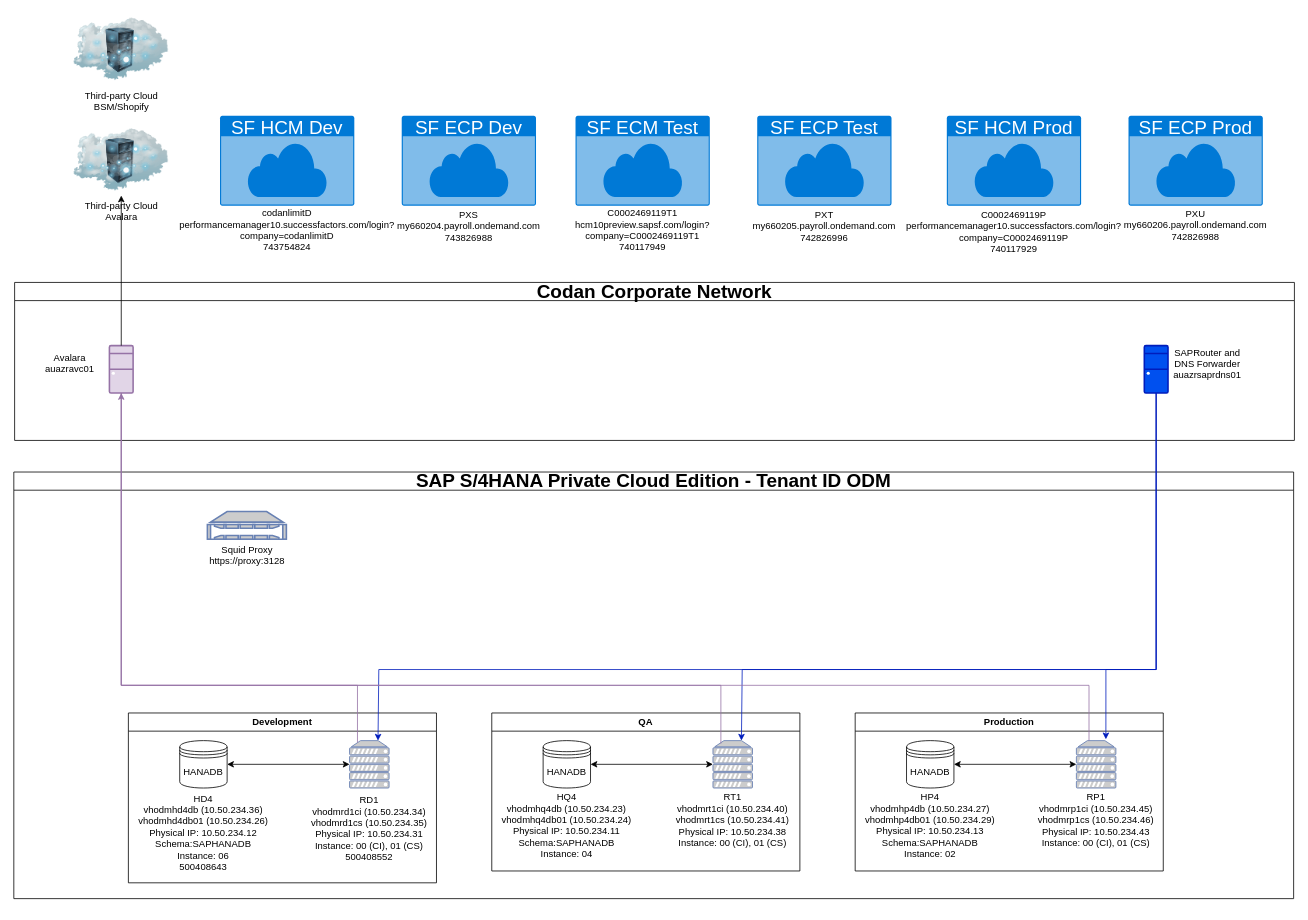
Earlier version of the draw.io diagram page "Page-2" (2 of 2) of Network Landscape.drawio (acookoz/themanmountain.github.io). Source tidied: cells renumbered, new cells numbered last; positions are measured from the earlier drawing's top-left corner, leaving out a move shared by most shapes. Both pictures are drawn from the tidied source at 79%, with x=0, y=0 at pixel (13, 13).
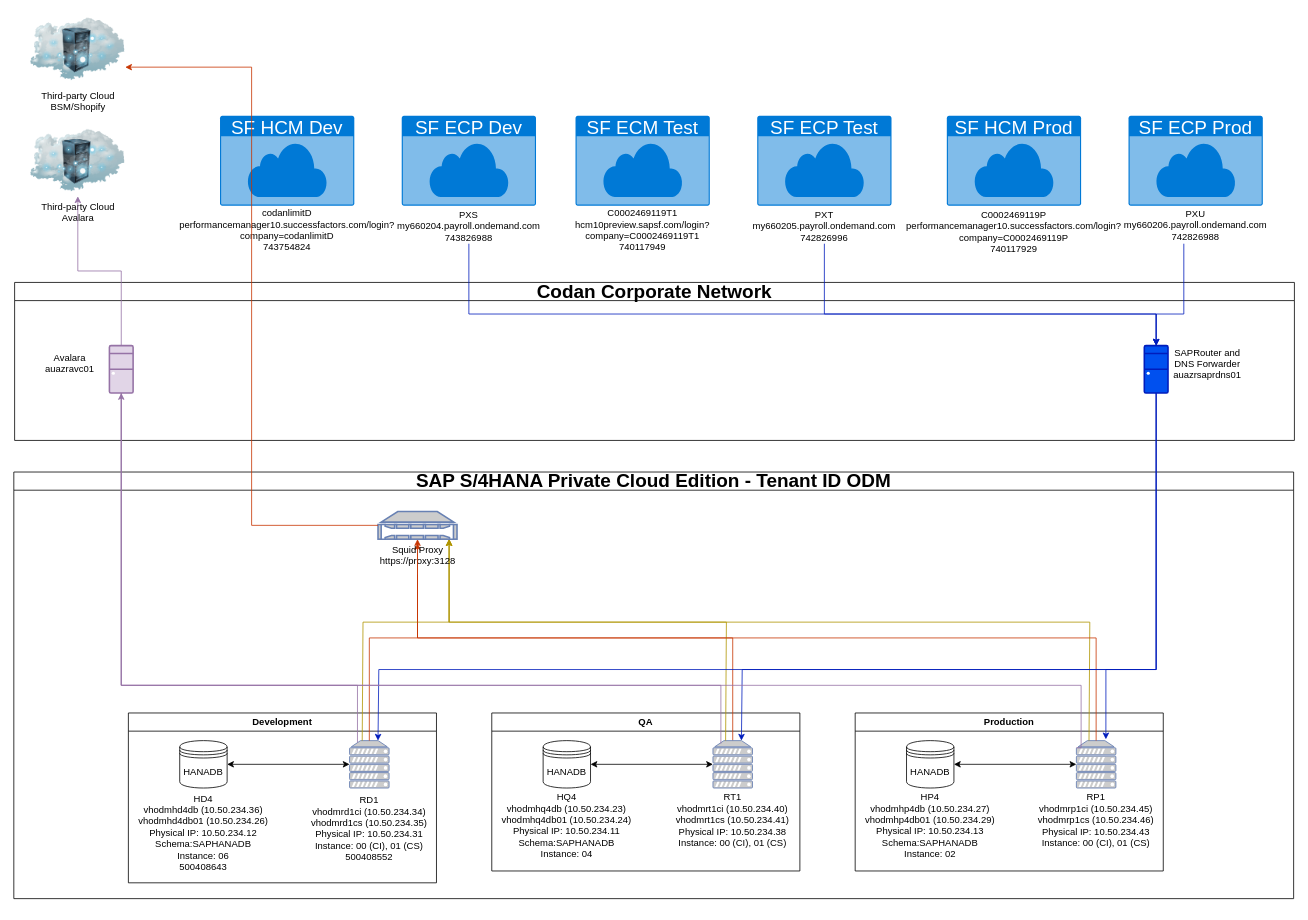
The same diagram, later.

The change refers to these unchanged cells:
```xml
<mxCell id="2" value="&lt;font style=&quot;font-size: 24px;&quot;&gt;SAP S/4HANA Private Cloud Edition - Tenant ID ODM&lt;/font&gt;" style="swimlane;whiteSpace=wrap;html=1;" parent="1" vertex="1">
  <mxGeometry y="580" width="1620" height="540" as="geometry" />
</mxCell>
<mxCell id="9" style="group;" parent="2" vertex="1">
  <mxGeometry x="345" y="340" width="210" height="125" as="geometry" />
</mxCell>
<mxCell id="10" style="fontColor=#0066CC;verticalAlign=top;verticalLabelPosition=bottom;labelPosition=center;align=center;html=1;outlineConnect=0;fillColor=#CCCCCC;strokeColor=#6881B3;gradientColor=none;gradientDirection=north;strokeWidth=2;shape=mxgraph.networks.server;" parent="9" vertex="1">
  <mxGeometry x="80" width="50" height="60" as="geometry" />
</mxCell>
<mxCell id="13" style="group;" parent="2" vertex="1">
  <mxGeometry x="595" y="305" width="420" height="200" as="geometry" />
</mxCell>
<mxCell id="19" style="fontColor=#0066CC;verticalAlign=top;verticalLabelPosition=bottom;labelPosition=center;align=center;html=1;outlineConnect=0;fillColor=#CCCCCC;strokeColor=#6881B3;gradientColor=none;gradientDirection=north;strokeWidth=2;shape=mxgraph.networks.server;" parent="13" vertex="1">
  <mxGeometry x="290" y="35" width="50" height="60" as="geometry" />
</mxCell>
<mxCell id="27" style="fontColor=#0066CC;verticalAlign=top;verticalLabelPosition=bottom;labelPosition=center;align=center;html=1;outlineConnect=0;fillColor=#CCCCCC;strokeColor=#6881B3;gradientColor=none;gradientDirection=north;strokeWidth=2;shape=mxgraph.networks.server;" parent="21" vertex="1">
  <mxGeometry x="290" y="35" width="50" height="60" as="geometry" />
</mxCell>
<mxCell id="31" style="verticalAlign=top;verticalLabelPosition=bottom;labelPosition=center;align=center;html=1;outlineConnect=0;fillColor=#e1d5e7;strokeColor=#9673a6;gradientDirection=north;strokeWidth=2;shape=mxgraph.networks.desktop_pc;" parent="30" vertex="1">
  <mxGeometry x="120" y="80" width="30" height="60" as="geometry" />
</mxCell>
<mxCell id="35" style="fontColor=#ffffff;verticalAlign=top;verticalLabelPosition=bottom;labelPosition=center;align=center;html=1;outlineConnect=0;fillColor=#0050ef;strokeColor=#001DBC;gradientDirection=north;strokeWidth=2;shape=mxgraph.networks.desktop_pc;" parent="30" vertex="1">
  <mxGeometry x="1430" y="80" width="30" height="60" as="geometry" />
</mxCell>
<mxCell id="50" value="PXS&lt;br&gt;&lt;div&gt;my660204.payroll.ondemand.com&lt;/div&gt;&lt;div&gt;743826988&lt;/div&gt;&lt;div&gt;&lt;br&gt;&lt;/div&gt;" style="text;html=1;align=center;verticalAlign=middle;whiteSpace=wrap;rounded=0;" parent="1" vertex="1">
  <mxGeometry x="546" y="261" width="60" height="30" as="geometry" />
</mxCell>
<mxCell id="52" value="&lt;font&gt;PXT&lt;br&gt;&lt;/font&gt;&lt;div&gt;&lt;font&gt;my660205.payroll.ondemand.com&lt;/font&gt;&lt;/div&gt;&lt;div&gt;&lt;div style=&quot;&quot;&gt;&lt;span style=&quot;background-color: initial; text-wrap-mode: nowrap;&quot;&gt;&lt;font face=&quot;72, 72full, Arial, Helvetica, sans-serif&quot;&gt;742826996&lt;/font&gt;&lt;/span&gt;&lt;/div&gt;&lt;br&gt;&lt;/div&gt;" style="text;html=1;align=center;verticalAlign=middle;whiteSpace=wrap;rounded=0;" parent="1" vertex="1">
  <mxGeometry x="996" y="261" width="60" height="30" as="geometry" />
</mxCell>
<mxCell id="53" value="&lt;font&gt;PXU&lt;br&gt;&lt;/font&gt;&lt;div&gt;&lt;font&gt;my660206.payroll.ondemand.com&lt;/font&gt;&lt;/div&gt;&lt;div&gt;&lt;div style=&quot;&quot;&gt;&lt;span style=&quot;background-color: initial; text-wrap-mode: nowrap;&quot;&gt;&lt;font face=&quot;72, 72full, Arial, Helvetica, sans-serif&quot;&gt;742826988&lt;/font&gt;&lt;/span&gt;&lt;/div&gt;&lt;br&gt;&lt;/div&gt;" style="text;html=1;align=center;verticalAlign=middle;whiteSpace=wrap;rounded=0;" parent="1" vertex="1">
  <mxGeometry x="1466" y="259" width="60" height="32" as="geometry" />
</mxCell>
```

Change to the diagram source:
```diff
@@
+    <mxCell id="12" value="Development" style="swimlane;whiteSpace=wrap;html=1;" parent="2" vertex="1">
+      <mxGeometry x="145" y="305" width="390" height="215" as="geometry" />
+    </mxCell>
@@
-    <mxCell id="12" value="Development" style="swimlane;whiteSpace=wrap;html=1;" parent="2" vertex="1">
-      <mxGeometry x="145" y="305" width="390" height="215" as="geometry" />
-    </mxCell>
+    <mxCell id="56" style="edgeStyle=orthogonalEdgeStyle;rounded=0;jettySize=auto;html=1;fillColor=#fa6800;strokeColor=#C73500;endArrow=none;endFill=0;" parent="9" edge="1" source="10">
+      <mxGeometry relative="1" as="geometry">
+        <mxPoint x="166" y="-210" as="targetPoint" />
+        <Array as="points">
+          <mxPoint x="105" y="-130" />
+          <mxPoint x="166" y="-130" />
+          <mxPoint x="166" y="-210" />
+        </Array>
+      </mxGeometry>
+    </mxCell>
@@
+    <mxCell id="57" style="edgeStyle=orthogonalEdgeStyle;rounded=0;jettySize=auto;html=1;fillColor=#fa6800;strokeColor=#C73500;" parent="13" edge="1" source="19">
+      <mxGeometry relative="1" as="geometry">
+        <mxPoint x="-84" y="-215" as="targetPoint" />
+        <Array as="points">
+          <mxPoint x="315" y="-95" />
+          <mxPoint x="-84" y="-95" />
+          <mxPoint x="-84" y="-215" />
+        </Array>
+      </mxGeometry>
+    </mxCell>
@@
+    <mxCell id="58" style="edgeStyle=orthogonalEdgeStyle;rounded=0;jettySize=auto;html=1;endArrow=none;endFill=0;startArrow=classic;startFill=1;fillColor=#e3c800;strokeColor=#B09500;" parent="2" edge="1" source="29">
+      <mxGeometry relative="1" as="geometry">
+        <mxPoint x="441" y="340" as="targetPoint" />
+        <Array as="points">
+          <mxPoint x="551" y="190" />
+          <mxPoint x="442" y="190" />
+          <mxPoint x="442" y="340" />
+        </Array>
+      </mxGeometry>
+    </mxCell>
+    <mxCell id="59" style="edgeStyle=orthogonalEdgeStyle;rounded=0;jettySize=auto;html=1;fillColor=#e3c800;strokeColor=#B09500;endArrow=none;endFill=0;startArrow=classic;startFill=1;" parent="2" edge="1" source="29">
+      <mxGeometry relative="1" as="geometry">
+        <mxPoint x="901" y="340" as="targetPoint" />
+        <Array as="points">
+          <mxPoint x="551" y="190" />
+          <mxPoint x="902" y="190" />
+          <mxPoint x="902" y="340" />
+        </Array>
+      </mxGeometry>
+    </mxCell>
+    <mxCell id="60" style="edgeStyle=orthogonalEdgeStyle;rounded=0;jettySize=auto;html=1;endArrow=none;endFill=0;startArrow=classic;startFill=1;fillColor=#e3c800;strokeColor=#B09500;" parent="2" edge="1" source="29">
+      <mxGeometry relative="1" as="geometry">
+        <mxPoint x="1361" y="340" as="targetPoint" />
+        <Array as="points">
+          <mxPoint x="551" y="190" />
+          <mxPoint x="1362" y="190" />
+          <mxPoint x="1362" y="340" />
+        </Array>
+      </mxGeometry>
+    </mxCell>
     <mxCell id="29" value="Squid Proxy&lt;div&gt;https://proxy:3128&lt;/div&gt;" style="fontColor=#000000;verticalAlign=top;verticalLabelPosition=bottom;labelPosition=center;align=center;html=1;outlineConnect=0;fillColor=#CCCCCC;strokeColor=#6881B3;gradientColor=none;gradientDirection=north;strokeWidth=2;shape=mxgraph.networks.nas_filer;" parent="2" vertex="1">
-      <mxGeometry x="245" y="50" width="100" height="35" as="geometry" />
+      <mxGeometry x="461" y="50" width="100" height="35" as="geometry" />
     </mxCell>
+    <mxCell id="61" style="edgeStyle=orthogonalEdgeStyle;rounded=0;jettySize=auto;html=1;fillColor=#fa6800;strokeColor=#C73500;entryX=0.5;entryY=1;entryDx=0;entryDy=0;entryPerimeter=0;" parent="2" edge="1" source="27" target="29">
+      <mxGeometry relative="1" as="geometry">
+        <Array as="points">
+          <mxPoint x="1370" y="210" />
+          <mxPoint x="511" y="210" />
+        </Array>
+      </mxGeometry>
+    </mxCell>
@@
-    <mxCell id="37" style="edgeStyle=orthogonalEdgeStyle;rounded=0;jettySize=auto;html=1;exitX=0.5;exitY=1;exitDx=0;exitDy=0;exitPerimeter=0;fillColor=#e1d5e7;strokeColor=#9673a6;endArrow=none;endFill=0;" parent="1" edge="1" source="31" target="27">
+    <mxCell id="37" style="edgeStyle=orthogonalEdgeStyle;rounded=0;jettySize=auto;html=1;exitX=0.5;exitY=1;exitDx=0;exitDy=0;exitPerimeter=0;fillColor=#e1d5e7;strokeColor=#9673a6;endArrow=none;endFill=0;entryX=0;entryY=0.15;entryDx=0;entryDy=0;entryPerimeter=0;" parent="1" edge="1" source="31" target="27">
       <mxGeometry relative="1" as="geometry">
         <Array as="points">
           <mxPoint x="136" y="850" />
-          <mxPoint x="1361" y="850" />
+          <mxPoint x="1351" y="850" />
+          <mxPoint x="1351" y="929" />
         </Array>
       </mxGeometry>
     </mxCell>
     <mxCell id="38" value="Third-party Cloud&lt;br&gt;Avalara" style="image;html=1;image=img/lib/clip_art/networking/Cloud_Rack_128x128.png;" parent="1" vertex="1">
-      <mxGeometry x="76" y="140" width="120" height="90" as="geometry" />
+      <mxGeometry x="21" y="141" width="120" height="90" as="geometry" />
     </mxCell>
-    <mxCell id="39" style="edgeStyle=orthogonalEdgeStyle;rounded=0;jettySize=auto;html=1;entryX=0.5;entryY=1;entryDx=0;entryDy=0;" parent="1" edge="1" source="31" target="38">
+    <mxCell id="39" style="edgeStyle=orthogonalEdgeStyle;rounded=0;jettySize=auto;html=1;entryX=0.5;entryY=1;entryDx=0;entryDy=0;fillColor=#e1d5e7;strokeColor=#9673a6;" parent="1" edge="1" source="31" target="38">
       <mxGeometry relative="1" as="geometry" />
     </mxCell>
@@
+    <mxCell id="62" style="edgeStyle=orthogonalEdgeStyle;rounded=0;jettySize=auto;html=1;fillColor=#0050ef;strokeColor=#001DBC;" parent="1" edge="1" source="50" target="35">
+      <mxGeometry relative="1" as="geometry">
+        <Array as="points">
+          <mxPoint x="576" y="380" />
+          <mxPoint x="1446" y="380" />
+        </Array>
+      </mxGeometry>
+    </mxCell>
@@
     <mxCell id="55" value="Third-party Cloud&lt;br&gt;BSM/Shopify" style="image;html=1;image=img/lib/clip_art/networking/Cloud_Rack_128x128.png;" parent="1" vertex="1">
-      <mxGeometry x="76" width="120" height="90" as="geometry" />
+      <mxGeometry x="21" width="120" height="90" as="geometry" />
     </mxCell>
+    <mxCell id="63" style="edgeStyle=orthogonalEdgeStyle;rounded=0;jettySize=auto;html=1;entryX=0.5;entryY=0;entryDx=0;entryDy=0;entryPerimeter=0;fillColor=#0050ef;strokeColor=#001DBC;" parent="1" edge="1" source="53" target="35">
+      <mxGeometry relative="1" as="geometry">
+        <Array as="points">
+          <mxPoint x="1481" y="380" />
+          <mxPoint x="1446" y="380" />
+        </Array>
+      </mxGeometry>
+    </mxCell>
+    <mxCell id="64" style="edgeStyle=orthogonalEdgeStyle;rounded=0;jettySize=auto;html=1;entryX=0.5;entryY=0;entryDx=0;entryDy=0;entryPerimeter=0;fillColor=#0050ef;strokeColor=#001DBC;" parent="1" edge="1" source="52" target="35">
+      <mxGeometry relative="1" as="geometry">
+        <Array as="points">
+          <mxPoint x="1026" y="380" />
+          <mxPoint x="1446" y="380" />
+        </Array>
+      </mxGeometry>
+    </mxCell>
+    <mxCell id="65" style="edgeStyle=orthogonalEdgeStyle;rounded=0;jettySize=auto;html=1;entryX=1;entryY=0.75;entryDx=0;entryDy=0;fillColor=#fa6800;strokeColor=#C73500;" parent="1" edge="1" source="29" target="55">
+      <mxGeometry relative="1" as="geometry" />
+    </mxCell>
```
